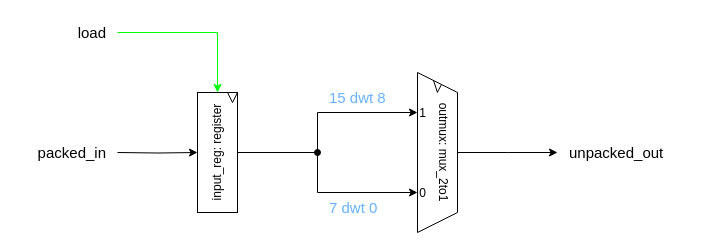
This is page "unpacker_16" (6 of 11) of hyperram_system/ip/avs_to_hram_converter/schematics/avs_to_hram_converter.drawio from AndreaBononi/Intel_Cyclone10LP_systems, a draw.io file, before an edit. Source tidied: cells renumbered, new cells numbered last; positions are measured from the earlier drawing's top-left corner, leaving out a move shared by most shapes. Both pictures are drawn from the tidied source at 100%, with x=0, y=0 at pixel (17, 17).
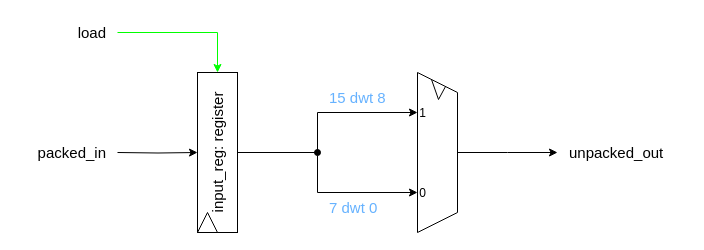
The same page after the edit.

What changed in the source:
```diff
@@
-    <mxCell id="11" value="outmux: mux_2to1" style="shape=trapezoid;perimeter=trapezoidPerimeter;whiteSpace=wrap;html=1;fixedSize=1;rotation=90;align=center;verticalAlign=top;" parent="1" vertex="1">
+    <mxCell id="11" style="shape=trapezoid;perimeter=trapezoidPerimeter;whiteSpace=wrap;html=1;fixedSize=1;rotation=90;align=center;verticalAlign=top;" parent="1" vertex="1">
       <mxGeometry x="340" y="115" width="160" height="40" as="geometry" />
     </mxCell>
     <mxCell id="12" style="endArrow=none;html=1;rounded=0;" parent="1" edge="1">
       <mxGeometry relative="1" as="geometry">
-        <mxPoint x="420" y="75" as="sourcePoint" />
-        <mxPoint x="416" y="63" as="targetPoint" />
+        <mxPoint x="421" y="82" as="sourcePoint" />
+        <mxPoint x="414" y="62" as="targetPoint" />
       </mxGeometry>
     </mxCell>
     <mxCell id="13" style="endArrow=none;html=1;rounded=0;" parent="1" edge="1">
       <mxGeometry relative="1" as="geometry">
-        <mxPoint x="424" y="67" as="sourcePoint" />
-        <mxPoint x="419.8" y="74.9" as="targetPoint" />
+        <mxPoint x="428" y="69" as="sourcePoint" />
+        <mxPoint x="421" y="82" as="targetPoint" />
       </mxGeometry>
     </mxCell>
@@
-    <mxCell id="17" value="input_reg: register" style="rounded=0;whiteSpace=wrap;html=1;horizontal=0;" parent="1" vertex="1">
-      <mxGeometry x="180" y="75" width="40" height="120" as="geometry" />
+    <mxCell id="17" value="&lt;font style=&quot;font-size: 15px;&quot;&gt;input_reg: register&lt;/font&gt;" style="rounded=0;whiteSpace=wrap;html=1;horizontal=0;" parent="1" vertex="1">
+      <mxGeometry x="180" y="55" width="40" height="160" as="geometry" />
     </mxCell>
-    <mxCell id="18" style="triangle;whiteSpace=wrap;html=1;direction=south;fontSize=15;" parent="1" vertex="1">
-      <mxGeometry x="210" y="75" width="10" height="10" as="geometry" />
+    <mxCell id="18" style="triangle;whiteSpace=wrap;html=1;direction=north;fontSize=15;" parent="1" vertex="1">
+      <mxGeometry x="180" y="195" width="20" height="20" as="geometry" />
     </mxCell>
```
